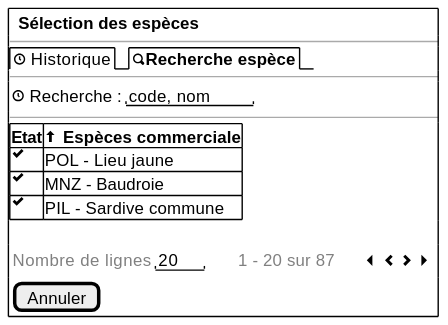
Before: projects/obsvente/spe/images/random-add-search.svg, a diagram exported from PlantUML (sumaris-net/sumaris-doc). Its source is kept beside it as projects/obsvente/spe/images/random-add-search.puml. The source it was exported from:
```plantuml
@startsalt
{
  {+
    { | . |  <b>Sélection des espèces  }
    --
      {/  <&clock> Historique | <&magnifying-glass><b>Recherche espèce}
    --
      { <&clock> Recherche : | " code, nom " | * }
    --
	{#
      <b>Etat | <&arrow-thick-top> <b>Espèces commerciale
      <&check> | POL - Lieu jaune
      <&check> | MNZ - Baudroie
      <&check> | PIL - Sardive commune
    }
    .
    {
       { <font color=grey>Nombre de lignes</font> |  " 20 "  | . | . | . | . | <font color=grey>1 - 20 sur 87 | . | . | . | . | <&caret-left> <&chevron-left> <&chevron-right> <&caret-right> }
    }
    { [Annuler] }
    }
 }
@endsalt
```
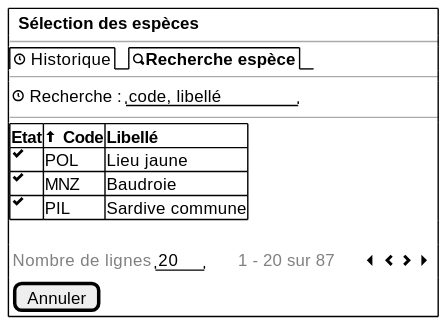
The same diagram one commit later.

Diff of the diagram source:
```diff
@@ -5,13 +5,13 @@
     --
       {/  <&clock> Historique | <&magnifying-glass><b>Recherche espèce}
     --
-      { <&clock> Recherche : | " code, nom " | * }
+      { <&clock> Recherche : | " code, libellé " | * }
     --
 	{#
-      <b>Etat | <&arrow-thick-top> <b>Espèces commerciale
-      <&check> | POL - Lieu jaune
-      <&check> | MNZ - Baudroie
-      <&check> | PIL - Sardive commune
+      <b>Etat | <&arrow-thick-top> <b>Code  | <b>Libellé
+      <&check> | POL | Lieu jaune
+      <&check> | MNZ | Baudroie
+      <&check> | PIL | Sardive commune
     }
     .
     {
```
